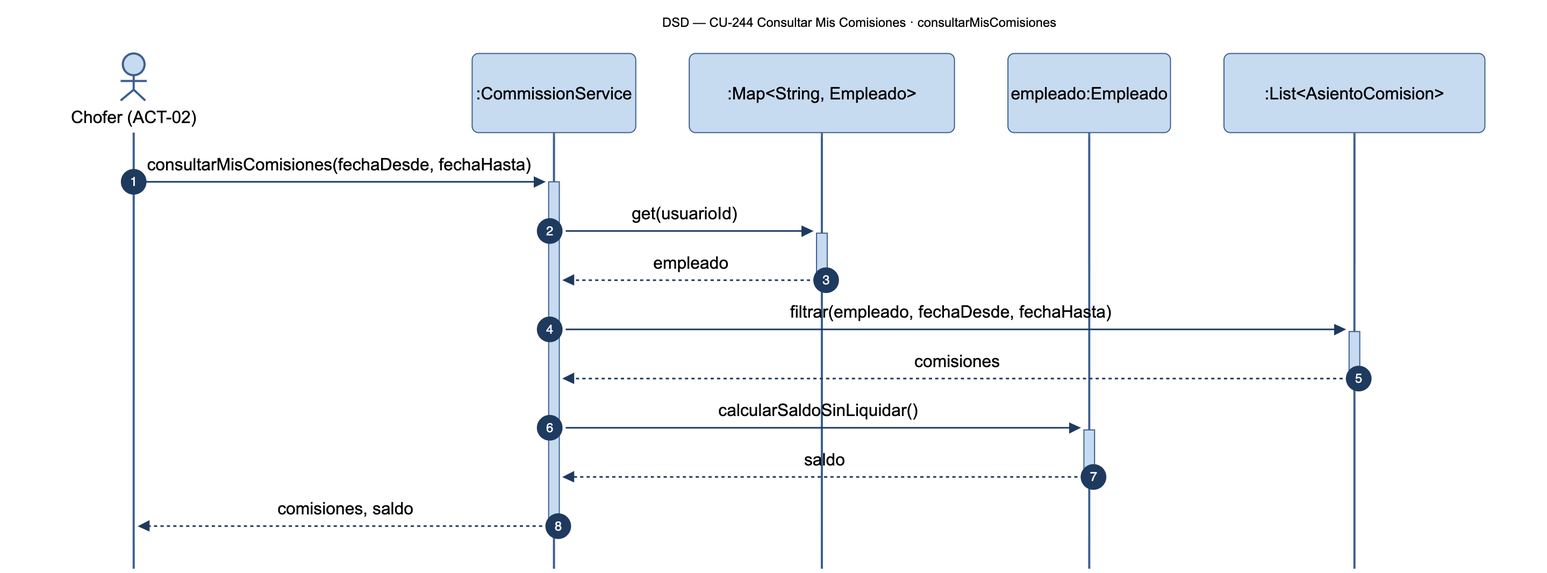
The Mermaid diagram diagramas/png/DSD_CU-244_consultarMisComisiones.png in Nahuelito-Dev/splg-docs, before a commit. Its source is kept beside it as diagramas/DSD_CU-244_consultarMisComisiones.mmd.
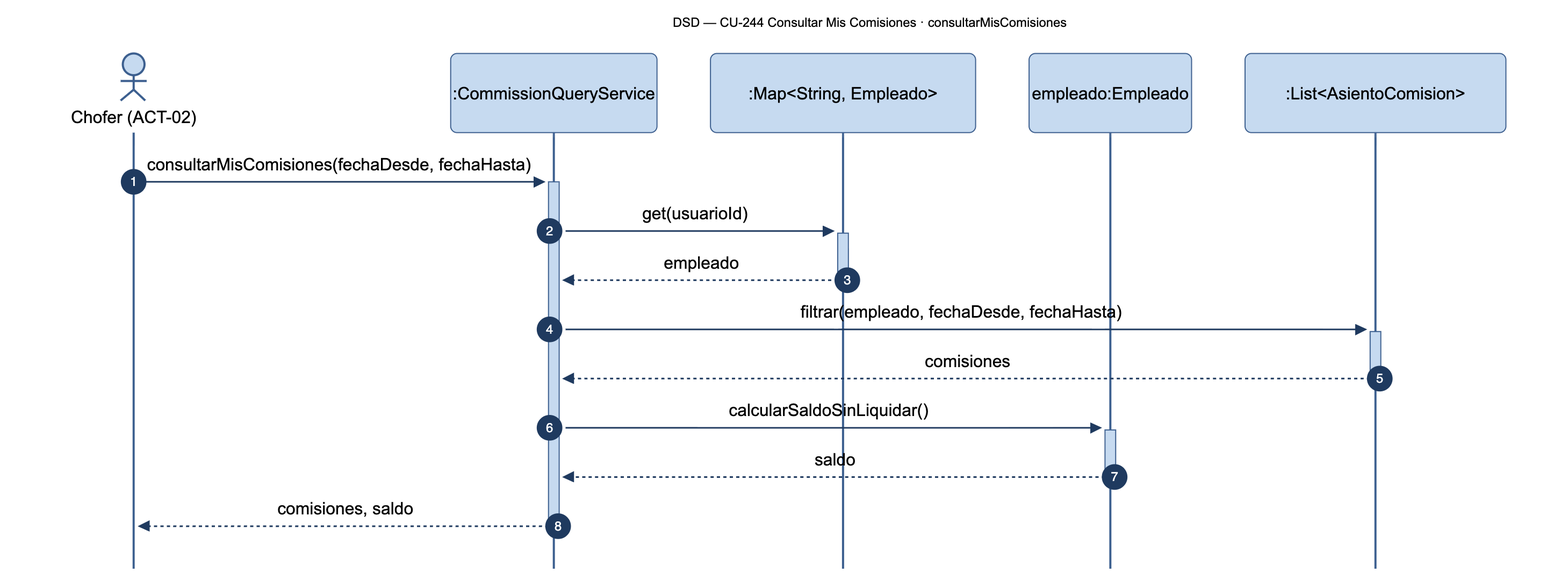
The same file after the commit.

Change to the diagram source:
```diff
@@ -2,7 +2,7 @@
     title DSD — CU-244 Consultar Mis Comisiones · consultarMisComisiones
     autonumber
     actor CHF as Chofer (ACT-02)
-    participant SRV as :CommissionService
+    participant SRV as :CommissionQueryService
     participant EMPS as :Map#lt;String, Empleado#gt;
     participant EMP as empleado:Empleado
     participant ASIS as :List#lt;AsientoComision#gt;
```
